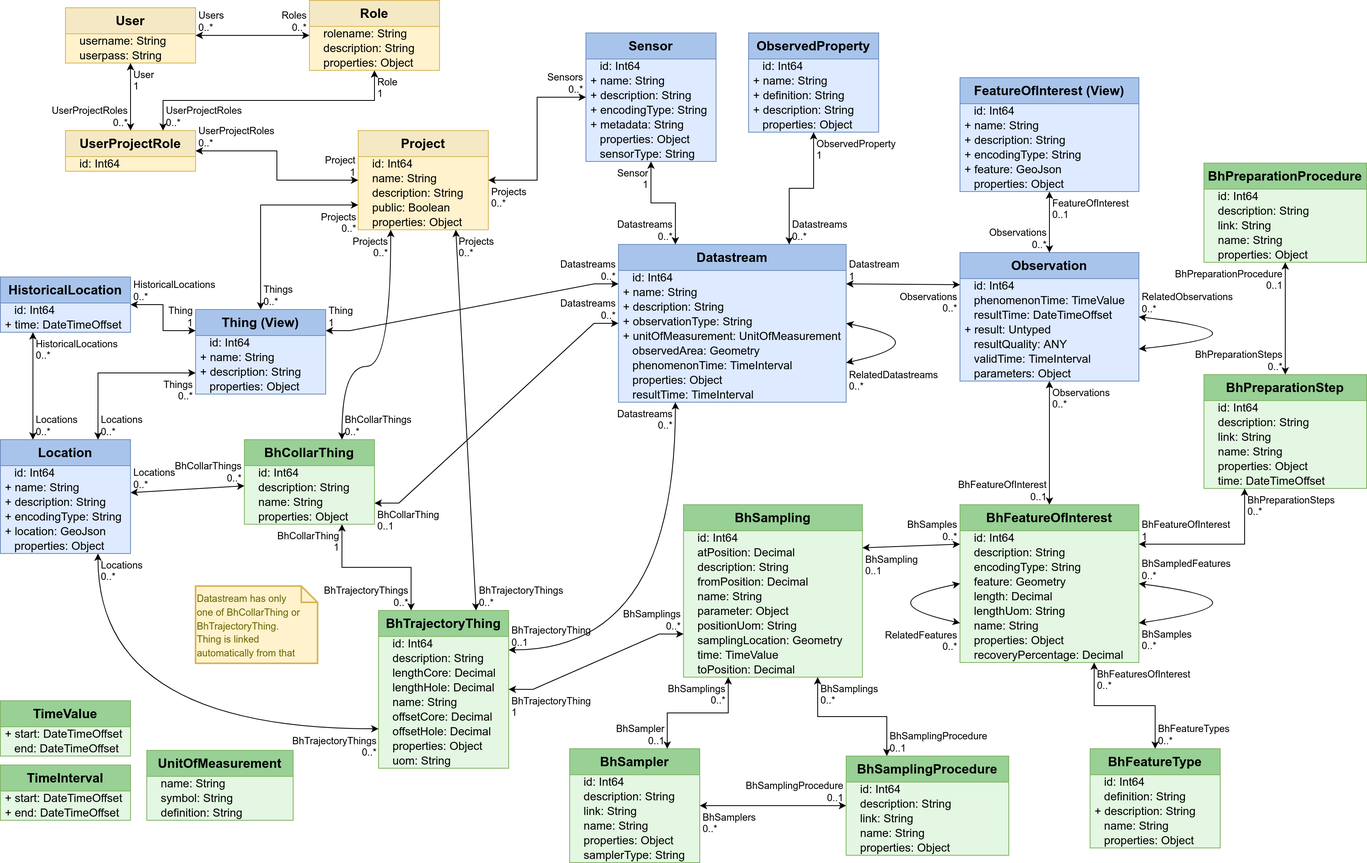
hylkevds/FROST-Server.Plugin.GeoTech keeps this draw.io diagram as Datamodel-SensorThingsApi-GeoTech.drawio.png. Above is the earlier version. Source tidied: cells renumbered, new cells last; positions are measured from the earlier drawing's top-left corner, leaving out a move shared by most shapes.
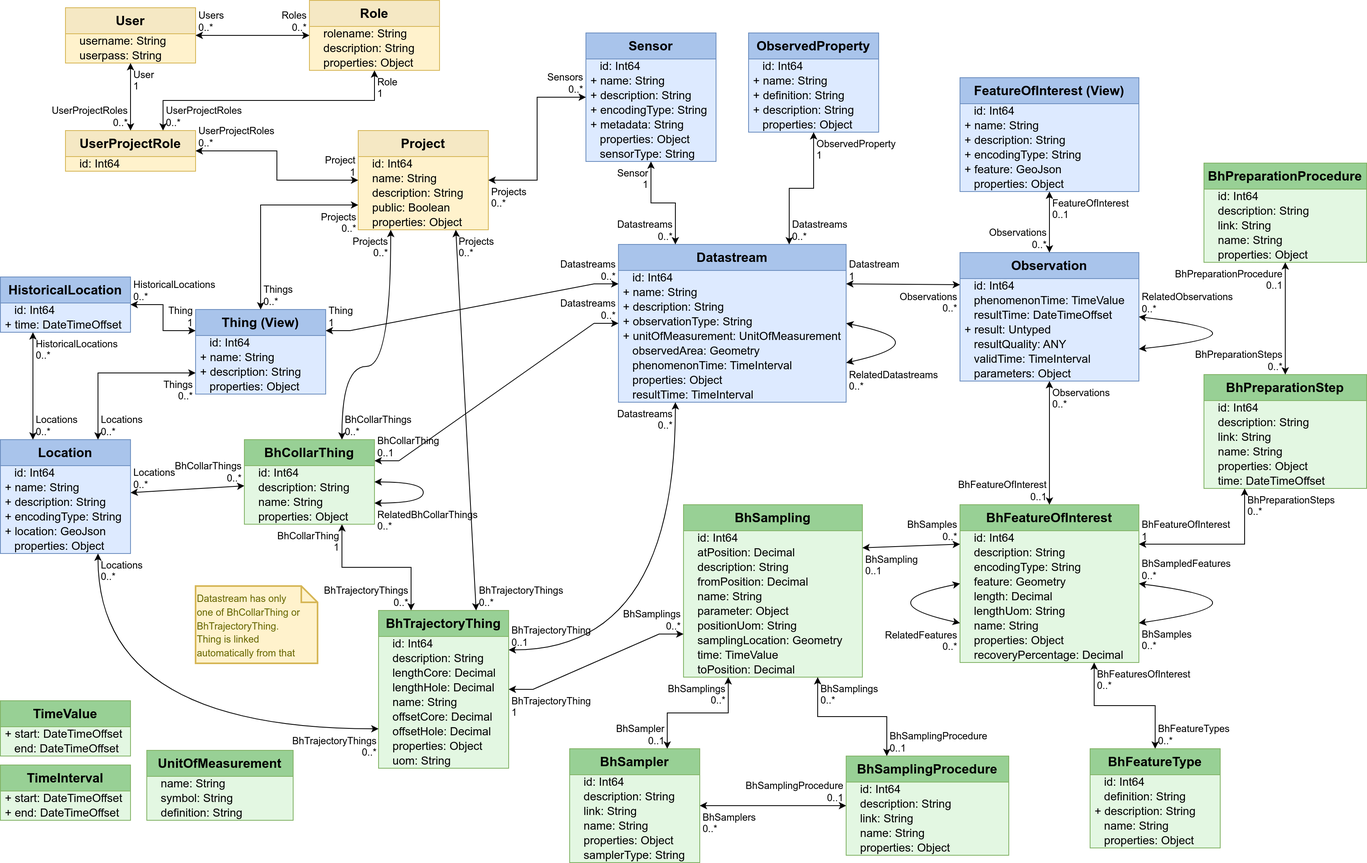
Above is the later version.

Diff of the diagram source:
```diff
@@ -325,13 +325,13 @@
     <mxCell id="106" value="&amp;nbsp;&amp;nbsp;&amp;nbsp;resultTime: TimeInterval" style="text;strokeColor=none;fillColor=none;align=left;verticalAlign=middle;spacingLeft=4;spacingRight=4;overflow=visible;html=1;fontSize=14;" parent="97" vertex="1">
       <mxGeometry y="176" width="280" height="18" as="geometry" />
     </mxCell>
-    <mxCell id="107" style="endArrow=classic;startArrow=classic;html=1;rounded=0;entryX=1;entryY=0.75;entryDx=0;entryDy=0;exitX=0;exitY=0.5;exitDx=0;exitDy=0;edgeStyle=entityRelationEdgeStyle;" parent="1" edge="1" source="97" target="243">
+    <mxCell id="107" style="endArrow=classic;startArrow=classic;html=1;rounded=0;entryX=1;entryY=0.25;entryDx=0;entryDy=0;exitX=0;exitY=0.5;exitDx=0;exitDy=0;edgeStyle=entityRelationEdgeStyle;" parent="1" edge="1" source="97" target="243">
       <mxGeometry relative="1" as="geometry" />
     </mxCell>
     <mxCell id="108" value="Datastreams&lt;br&gt;0..*" style="edgeLabel;html=1;align=right;verticalAlign=bottom;labelBackgroundColor=none;fontSize=12;spacingLeft=1;spacing=3;spacingRight=2;" parent="107" vertex="1">
       <mxGeometry x="-1" relative="1" as="geometry" />
     </mxCell>
-    <mxCell id="109" value="BhCollarThing&lt;br&gt;0..1" style="edgeLabel;html=1;align=left;verticalAlign=top;labelBackgroundColor=none;fontSize=12;spacingLeft=1;spacing=3;spacingRight=2;" parent="107" vertex="1">
+    <mxCell id="109" value="BhCollarThing&lt;br&gt;0..1" style="edgeLabel;html=1;align=left;verticalAlign=bottom;labelBackgroundColor=none;fontSize=12;spacingLeft=1;spacing=3;spacingRight=2;" parent="107" vertex="1">
       <mxGeometry x="1" relative="1" as="geometry" />
     </mxCell>
     <mxCell id="110" style="endArrow=classic;startArrow=classic;html=1;rounded=0;entryX=1;entryY=0.25;entryDx=0;entryDy=0;edgeStyle=orthogonalEdgeStyle;exitX=0.25;exitY=1;exitDx=0;exitDy=0;curved=1;" parent="1" edge="1" source="97" target="81">
@@ -764,5 +764,16 @@
     <mxCell id="248" value="&lt;font style=&quot;font-size: 12px;&quot;&gt;Datastream has only&lt;br&gt;one of BhCollarThing or BhTrajectoryThing.&lt;br&gt;Thing is linked automatically from that&lt;/font&gt;" style="shape=note;strokeWidth=2;fontSize=14;size=20;whiteSpace=wrap;html=1;fillColor=#fff2cc;strokeColor=#d6b656;fontColor=#666600;align=left;verticalAlign=top;" parent="1" vertex="1">
       <mxGeometry x="240" y="720" width="150" height="95" as="geometry" />
     </mxCell>
+    <mxCell id="249" style="endArrow=classic;startArrow=classic;html=1;rounded=0;entryX=1;entryY=0.5;entryDx=0;entryDy=0;exitX=1;exitY=0.75;exitDx=0;exitDy=0;edgeStyle=orthogonalEdgeStyle;curved=1;" parent="1" edge="1" source="243" target="243">
+      <mxGeometry relative="1" as="geometry">
+        <Array as="points">
+          <mxPoint x="520" y="618" />
+          <mxPoint x="520" y="592" />
+        </Array>
+      </mxGeometry>
+    </mxCell>
+    <mxCell id="250" value="RelatedBhCollarThings&lt;br&gt;0..*" style="edgeLabel;html=1;align=left;verticalAlign=top;labelBackgroundColor=none;fontSize=12;spacingLeft=1;spacing=3;spacingRight=2;" parent="249" vertex="1">
+      <mxGeometry x="-1" relative="1" as="geometry" />
+    </mxCell>
   </root>
 </mxGraphModel>
```
